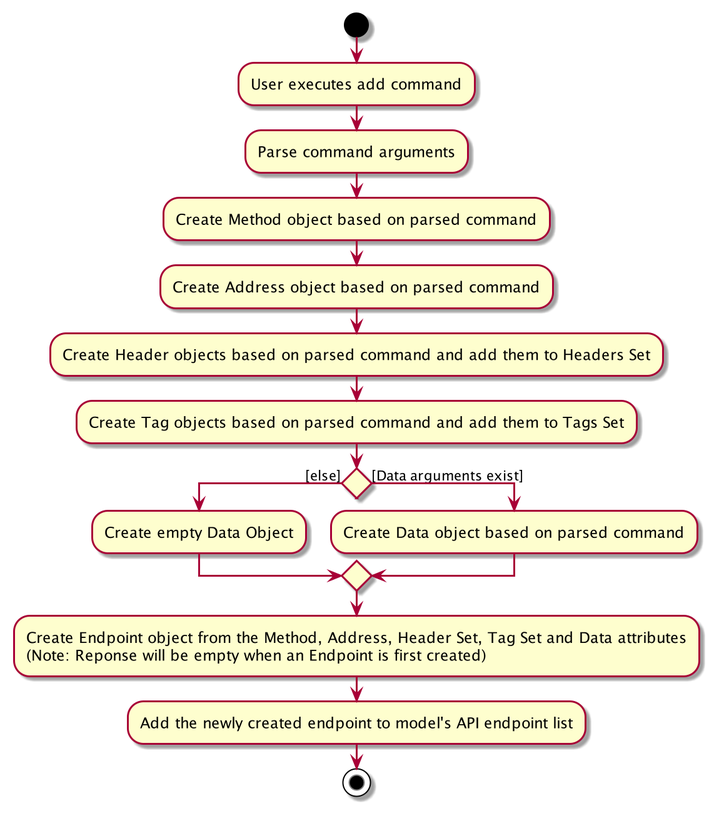
nus-cs2103-AY2021S2/tp keeps this PlantUML diagram as docs/images/AddActivityDiagram.png. Above is the earlier version. Source of this version:
```plantuml
@startuml
start
:User executes add command;
:Parse command arguments;
:Create Method object based on parsed command;
:Create Address object based on parsed command;
:Create Header objects based on parsed command and add them to Headers Set;
:Create Tag objects based on parsed command and add them to Tags Set;

if () then ([else])
    :Create empty Data Object;
else ([Data arguments exist])
    :Create Data object based on parsed command;
endif

:Create Endpoint object from the Method, Address, Header Set, Tag Set and Data attributes
(Note: Reponse will be empty when an Endpoint is first created);

:Add the newly created endpoint to model's API endpoint list;
stop
@enduml
```
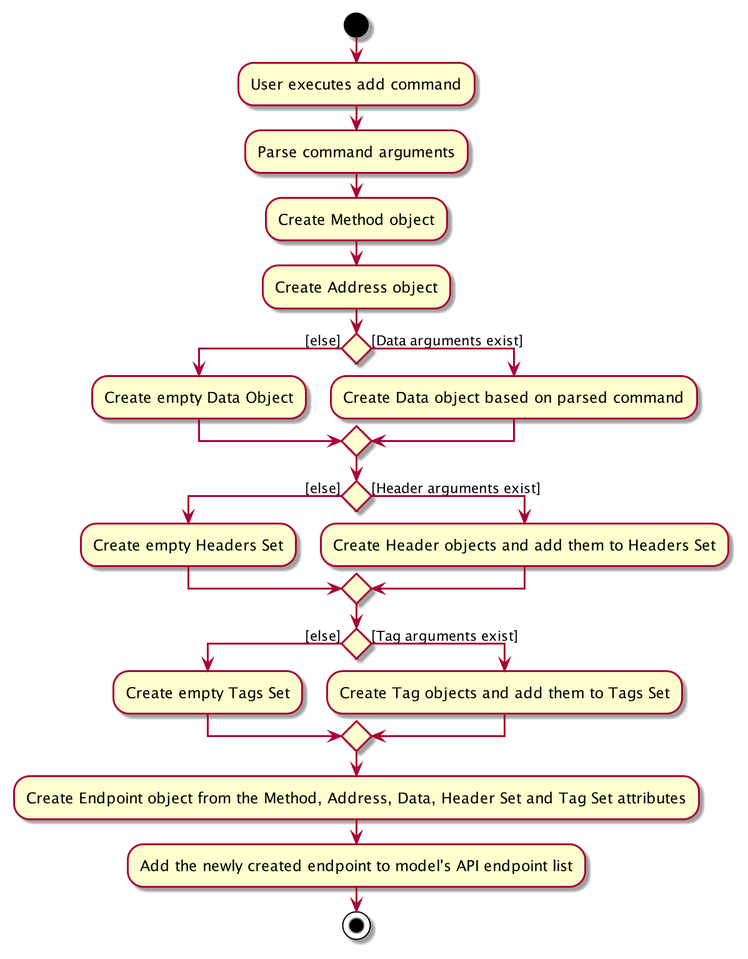
After the commit.

The edit, as a diff of the source:
```diff
@@ -2,10 +2,8 @@
 start
 :User executes add command;
 :Parse command arguments;
-:Create Method object based on parsed command;
-:Create Address object based on parsed command;
-:Create Header objects based on parsed command and add them to Headers Set;
-:Create Tag objects based on parsed command and add them to Tags Set;
+:Create Method object;
+:Create Address object;
 
 if () then ([else])
     :Create empty Data Object;
@@ -13,8 +11,20 @@
     :Create Data object based on parsed command;
 endif
 
-:Create Endpoint object from the Method, Address, Header Set, Tag Set and Data attributes
-(Note: Reponse will be empty when an Endpoint is first created);
+if () then ([else])
+:Create empty Headers Set;
+else ([Header arguments exist])
+:Create Header objects and add them to Headers Set;
+endif
+
+if () then ([else])
+:Create empty Tags Set;
+else ([Tag arguments exist])
+:Create Tag objects and add them to Tags Set;
+endif
+
+:Create Endpoint object from the Method, Address, Data, Header Set and Tag Set attributes;
+
 
 :Add the newly created endpoint to model's API endpoint list;
 stop
```
